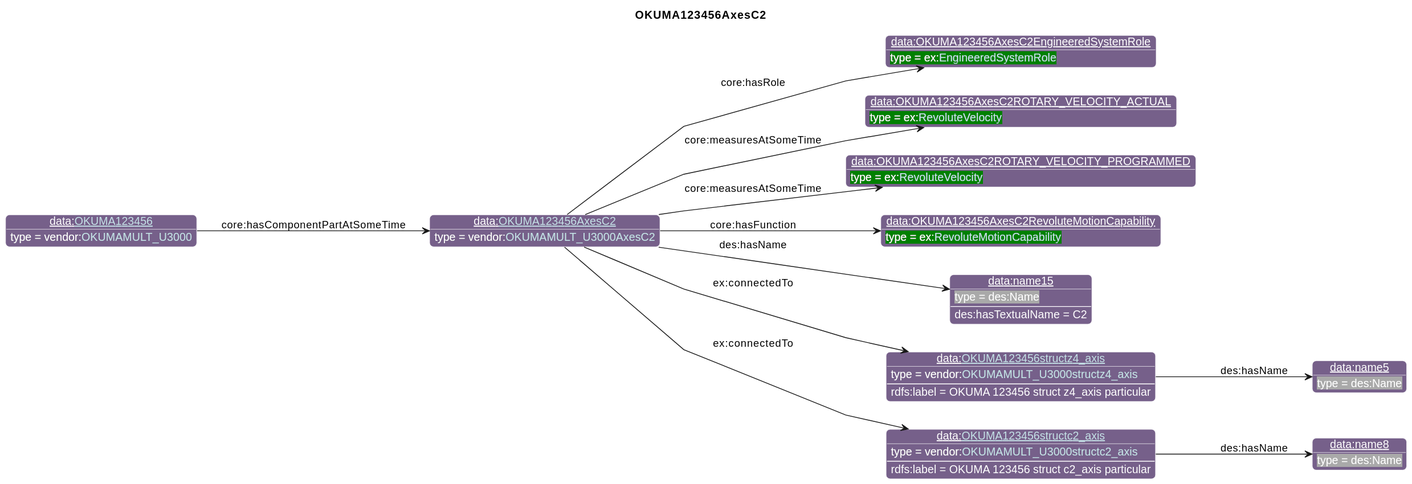
This is diagrams/OKUMA123456AxesC2.svg from iofoundry/example-syseng-mtconnect, a PlantUML export, as it was before one commit.
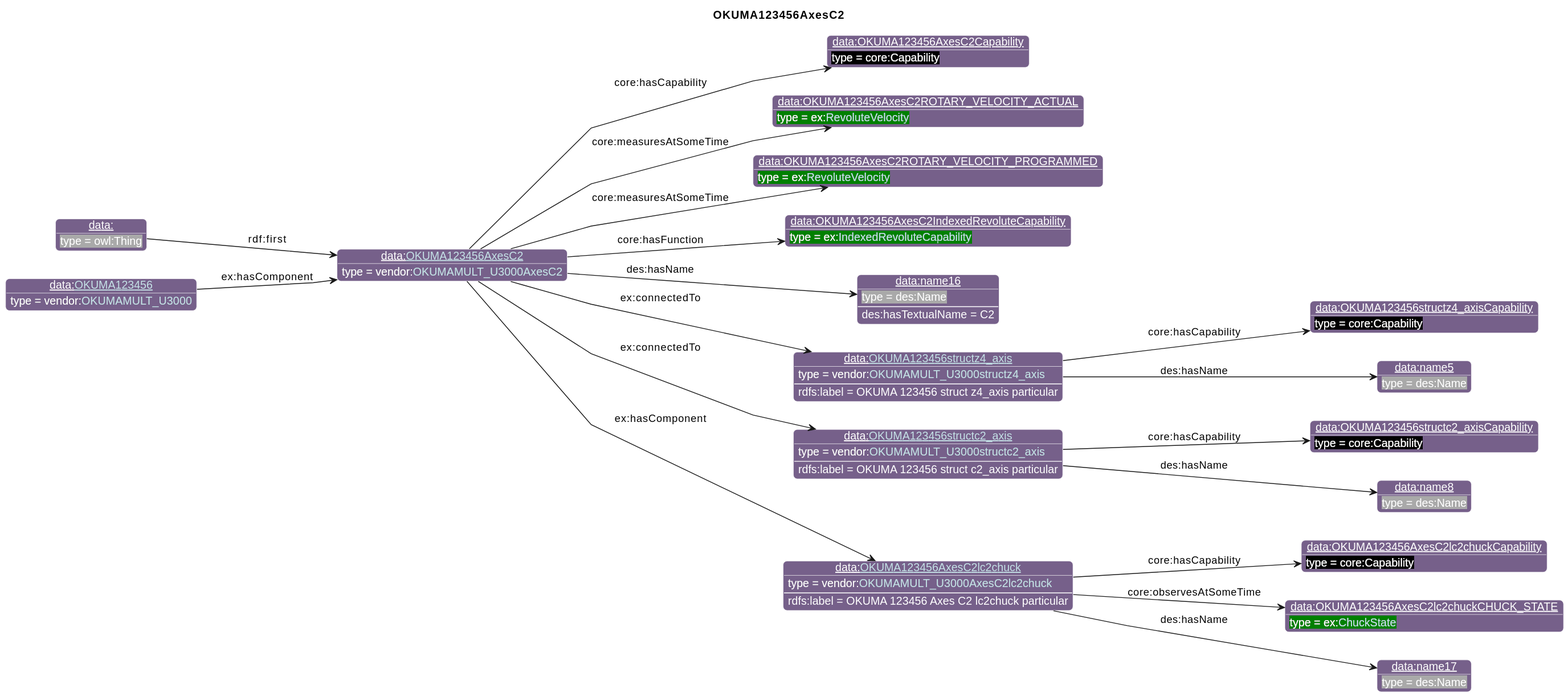
Above is the later version.

The edit, as a diff of the source:
```diff
@@ -26,17 +26,24 @@
                       "qp":"641B2E"
       }
 individual(o0, data:[[./OKUMA123456AxesC2.html OKUMA123456AxesC2]], vendor:[[../OKUMA.html#OKUMAMULT_U3000AxesC2 OKUMAMULT_U3000AxesC2]])
-individual(o1, data:OKUMA123456AxesC2EngineeredSystemRole, ex:[[../Example.html#EngineeredSystemRole EngineeredSystemRole]])
+individual(o1, data:OKUMA123456AxesC2Capability, core:Capability)
 individual(o2, data:OKUMA123456AxesC2ROTARY_VELOCITY_ACTUAL, ex:[[../Example.html#RevoluteVelocity RevoluteVelocity]])
 individual(o3, data:OKUMA123456AxesC2ROTARY_VELOCITY_PROGRAMMED, ex:[[../Example.html#RevoluteVelocity RevoluteVelocity]])
-individual(o4, data:OKUMA123456AxesC2RevoluteMotionCapability, ex:[[../Example.html#RevoluteMotionCapability RevoluteMotionCapability]])
-individual(o5, data:name15, des:Name)
+individual(o4, data:OKUMA123456AxesC2IndexedRevoluteCapability, ex:[[../Example.html#IndexedRevoluteCapability IndexedRevoluteCapability]])
+individual(o5, data:name16, des:Name)
 individual(o6, data:[[./OKUMA123456structz4_axis.html OKUMA123456structz4_axis]], vendor:[[../OKUMA.html#OKUMAMULT_U3000structz4_axis OKUMAMULT_U3000structz4_axis]])
-individual(o7, data:name5, des:Name)
-individual(o8, data:[[./OKUMA123456structc2_axis.html OKUMA123456structc2_axis]], vendor:[[../OKUMA.html#OKUMAMULT_U3000structc2_axis OKUMAMULT_U3000structc2_axis]])
-individual(o9, data:name8, des:Name)
-individual(o10, data:[[./OKUMA123456.html OKUMA123456]], vendor:[[../OKUMA.html#OKUMAMULT_U3000 OKUMAMULT_U3000]])
-property(o0, "core:hasRole", o1)
+individual(o7, data:OKUMA123456structz4_axisCapability, core:Capability)
+individual(o8, data:name5, des:Name)
+individual(o9, data:[[./OKUMA123456structc2_axis.html OKUMA123456structc2_axis]], vendor:[[../OKUMA.html#OKUMAMULT_U3000structc2_axis OKUMAMULT_U3000structc2_axis]])
+individual(o10, data:OKUMA123456structc2_axisCapability, core:Capability)
+individual(o11, data:name8, des:Name)
+individual(o12, data:[[./OKUMA123456AxesC2lc2chuck.html OKUMA123456AxesC2lc2chuck]], vendor:[[../OKUMA.html#OKUMAMULT_U3000AxesC2lc2chuck OKUMAMULT_U3000AxesC2lc2chuck]])
+individual(o13, data:OKUMA123456AxesC2lc2chuckCapability, core:Capability)
+individual(o14, data:OKUMA123456AxesC2lc2chuckCHUCK_STATE, ex:[[../Example.html#ChuckState ChuckState]])
+individual(o15, data:name17, des:Name)
+individual(o16, data:, owl:Thing)
+individual(o17, data:[[./OKUMA123456.html OKUMA123456]], vendor:[[../OKUMA.html#OKUMAMULT_U3000 OKUMAMULT_U3000]])
+property(o0, "core:hasCapability", o1)
 property(o0, "core:measuresAtSomeTime", o2)
 property(o0, "core:measuresAtSomeTime", o3)
 property(o0, "core:hasFunction", o4)
@@ -44,9 +51,17 @@
 data(o5, "des:hasTextualName", "C2")
 property(o0, "ex:connectedTo", o6)
 data(o6, "rdfs:label", "OKUMA 123456 struct z4_axis particular")
-property(o6, "des:hasName", o7)
-property(o0, "ex:connectedTo", o8)
-data(o8, "rdfs:label", "OKUMA 123456 struct c2_axis particular")
-property(o8, "des:hasName", o9)
-property(o10, "core:hasComponentPartAtSomeTime", o0)
+property(o6, "core:hasCapability", o7)
+property(o6, "des:hasName", o8)
+property(o0, "ex:connectedTo", o9)
+data(o9, "rdfs:label", "OKUMA 123456 struct c2_axis particular")
+property(o9, "core:hasCapability", o10)
+property(o9, "des:hasName", o11)
+property(o0, "ex:hasComponent", o12)
+data(o12, "rdfs:label", "OKUMA 123456 Axes C2 lc2chuck particular")
+property(o12, "core:hasCapability", o13)
+property(o12, "core:observesAtSomeTime", o14)
+property(o12, "des:hasName", o15)
+property(o16, "rdf:first", o0)
+property(o17, "ex:hasComponent", o0)
 @enduml
```
